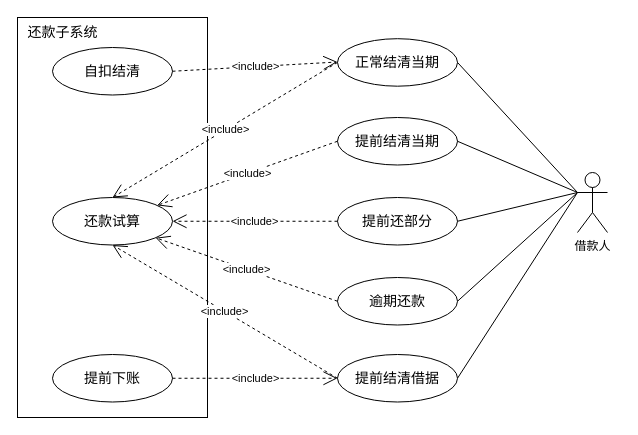
Before: 还款试算用例图.drawio in wuxiao-web/graduationThesis, a draw.io diagram. Source tidied: cells renumbered, new cells numbered last; positions are measured from the earlier drawing's top-left corner, leaving out a move shared by most shapes. Both pictures are drawn from the tidied source at 100%, with x=0, y=0 at pixel (17, 17).
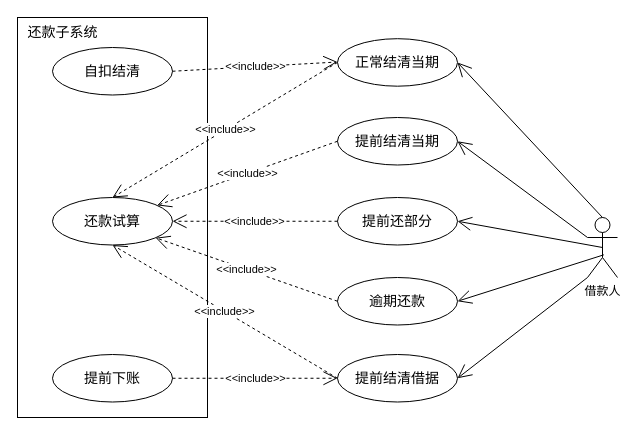
After the change.

Commit message:
更新还款试算用例图.drawio

The change refers to these unchanged cells:
```xml
<mxCell id="7" value="&lt;span style=&quot;font-size: 14px;&quot;&gt;正常结清当期&lt;/span&gt;" style="ellipse;whiteSpace=wrap;html=1;" parent="1" vertex="1">
  <mxGeometry x="320" y="21.2" width="120" height="47.5" as="geometry" />
</mxCell>
<mxCell id="8" value="&lt;span style=&quot;font-size: 14px;&quot;&gt;提前结清当期&lt;/span&gt;" style="ellipse;whiteSpace=wrap;html=1;" parent="1" vertex="1">
  <mxGeometry x="320" y="100" width="120" height="47.5" as="geometry" />
</mxCell>
<mxCell id="9" value="&lt;span style=&quot;font-size: 14px;&quot;&gt;提前还部分&lt;/span&gt;" style="ellipse;whiteSpace=wrap;html=1;" parent="1" vertex="1">
  <mxGeometry x="320" y="180" width="120" height="47.5" as="geometry" />
</mxCell>
<mxCell id="10" value="&lt;span style=&quot;font-size: 14px;&quot;&gt;逾期还款&lt;/span&gt;" style="ellipse;whiteSpace=wrap;html=1;" parent="1" vertex="1">
  <mxGeometry x="320" y="260" width="120" height="47.5" as="geometry" />
</mxCell>
<mxCell id="11" value="&lt;span style=&quot;font-size: 14px;&quot;&gt;提前结清借据&lt;/span&gt;" style="ellipse;whiteSpace=wrap;html=1;" parent="1" vertex="1">
  <mxGeometry x="320" y="337" width="120" height="47.5" as="geometry" />
</mxCell>
<mxCell id="15" value="&lt;span style=&quot;font-size: 14px;&quot;&gt;还款试算&lt;/span&gt;" style="ellipse;whiteSpace=wrap;html=1;" parent="1" vertex="1">
  <mxGeometry x="35" y="180" width="120" height="47.5" as="geometry" />
</mxCell>
<mxCell id="21" value="&lt;span style=&quot;font-size: 14px;&quot;&gt;提前下账&lt;/span&gt;" style="ellipse;whiteSpace=wrap;html=1;" parent="1" vertex="1">
  <mxGeometry x="35" y="337" width="120" height="47.5" as="geometry" />
</mxCell>
<mxCell id="23" value="&lt;span style=&quot;font-size: 14px;&quot;&gt;自扣结清&lt;/span&gt;" style="ellipse;whiteSpace=wrap;html=1;" parent="1" vertex="1">
  <mxGeometry x="35" y="30" width="120" height="47.5" as="geometry" />
</mxCell>
```

Change to the diagram source:
```diff
@@
-    <mxCell id="2" style="rounded=0;jettySize=auto;html=1;entryX=1;entryY=0.5;entryDx=0;entryDy=0;endArrow=none;endFill=0;exitX=0;exitY=0.3333333333333333;exitDx=0;exitDy=0;exitPerimeter=0;" parent="1" edge="1" source="4" target="10">
-      <mxGeometry relative="1" as="geometry" />
-    </mxCell>
-    <mxCell id="3" style="rounded=0;jettySize=auto;html=1;entryX=1;entryY=0.5;entryDx=0;entryDy=0;endArrow=none;endFill=0;exitX=0;exitY=0.3333333333333333;exitDx=0;exitDy=0;exitPerimeter=0;" parent="1" edge="1" source="4" target="11">
-      <mxGeometry relative="1" as="geometry" />
-    </mxCell>
     <mxCell id="4" value="借款人" style="shape=umlActor;verticalLabelPosition=bottom;verticalAlign=top;html=1;" parent="1" vertex="1">
-      <mxGeometry x="560" y="155" width="30" height="60" as="geometry" />
+      <mxGeometry x="570" y="200" width="30" height="60" as="geometry" />
     </mxCell>
@@
-    <mxCell id="12" style="endArrow=none;html=1;rounded=0;exitX=0;exitY=0.3333333333333333;exitDx=0;exitDy=0;exitPerimeter=0;entryX=1;entryY=0.5;entryDx=0;entryDy=0;" parent="1" edge="1" source="4" target="7">
-      <mxGeometry relative="1" as="geometry" />
-    </mxCell>
-    <mxCell id="13" style="endArrow=none;html=1;rounded=0;exitX=0;exitY=0.3333333333333333;exitDx=0;exitDy=0;exitPerimeter=0;entryX=1;entryY=0.5;entryDx=0;entryDy=0;" parent="1" edge="1" source="4" target="8">
-      <mxGeometry relative="1" as="geometry" />
-    </mxCell>
-    <mxCell id="14" style="endArrow=none;html=1;rounded=0;entryX=1;entryY=0.5;entryDx=0;entryDy=0;exitX=0;exitY=0.3333333333333333;exitDx=0;exitDy=0;exitPerimeter=0;" parent="1" edge="1" source="4" target="9">
-      <mxGeometry relative="1" as="geometry" />
-    </mxCell>
@@
-    <mxCell id="16" value="&amp;lt;include&amp;gt;" style="endArrow=open;endSize=12;dashed=1;html=1;rounded=0;entryX=0.5;entryY=0;entryDx=0;entryDy=0;exitX=0;exitY=0.5;exitDx=0;exitDy=0;" parent="1" edge="1" source="7" target="15">
+    <mxCell id="16" value="&amp;lt;&amp;lt;include&amp;gt;&amp;gt;" style="endArrow=open;endSize=12;dashed=1;html=1;rounded=0;entryX=0.5;entryY=0;entryDx=0;entryDy=0;exitX=0;exitY=0.5;exitDx=0;exitDy=0;" parent="1" edge="1" source="7" target="15">
       <mxGeometry relative="1" as="geometry" />
     </mxCell>
-    <mxCell id="17" value="&amp;lt;include&amp;gt;" style="endArrow=open;endSize=12;dashed=1;html=1;rounded=0;exitX=0;exitY=0.5;exitDx=0;exitDy=0;" parent="1" edge="1" source="8" target="15">
+    <mxCell id="17" value="&amp;lt;&amp;lt;include&amp;gt;&amp;gt;" style="endArrow=open;endSize=12;dashed=1;html=1;rounded=0;exitX=0;exitY=0.5;exitDx=0;exitDy=0;" parent="1" edge="1" source="8" target="15">
       <mxGeometry relative="1" as="geometry" />
     </mxCell>
-    <mxCell id="18" value="&amp;lt;include&amp;gt;" style="endArrow=open;endSize=12;dashed=1;html=1;rounded=0;entryX=1;entryY=0.5;entryDx=0;entryDy=0;" parent="1" edge="1" source="9" target="15">
+    <mxCell id="18" value="&amp;lt;&amp;lt;include&amp;gt;&amp;gt;" style="endArrow=open;endSize=12;dashed=1;html=1;rounded=0;entryX=1;entryY=0.5;entryDx=0;entryDy=0;" parent="1" edge="1" source="9" target="15">
       <mxGeometry relative="1" as="geometry" />
     </mxCell>
-    <mxCell id="19" value="&amp;lt;include&amp;gt;" style="endArrow=open;endSize=12;dashed=1;html=1;rounded=0;entryX=1;entryY=1;entryDx=0;entryDy=0;exitX=0;exitY=0.5;exitDx=0;exitDy=0;" parent="1" edge="1" source="10" target="15">
+    <mxCell id="19" value="&amp;lt;&amp;lt;include&amp;gt;&amp;gt;" style="endArrow=open;endSize=12;dashed=1;html=1;rounded=0;entryX=1;entryY=1;entryDx=0;entryDy=0;exitX=0;exitY=0.5;exitDx=0;exitDy=0;" parent="1" edge="1" source="10" target="15">
       <mxGeometry relative="1" as="geometry" />
     </mxCell>
-    <mxCell id="20" value="&amp;lt;include&amp;gt;" style="endArrow=open;endSize=12;dashed=1;html=1;rounded=0;entryX=0.5;entryY=1;entryDx=0;entryDy=0;exitX=0;exitY=0.5;exitDx=0;exitDy=0;" parent="1" edge="1" source="11" target="15">
+    <mxCell id="20" value="&amp;lt;&amp;lt;include&amp;gt;&amp;gt;" style="endArrow=open;endSize=12;dashed=1;html=1;rounded=0;entryX=0.5;entryY=1;entryDx=0;entryDy=0;exitX=0;exitY=0.5;exitDx=0;exitDy=0;" parent="1" edge="1" source="11" target="15">
       <mxGeometry relative="1" as="geometry" />
     </mxCell>
@@
-    <mxCell id="22" value="&amp;lt;include&amp;gt;" style="endArrow=open;endSize=12;dashed=1;html=1;rounded=0;exitX=1;exitY=0.5;exitDx=0;exitDy=0;entryX=0;entryY=0.5;entryDx=0;entryDy=0;" parent="1" edge="1" source="21" target="11">
+    <mxCell id="22" value="&amp;lt;&amp;lt;include&amp;gt;&amp;gt;" style="endArrow=open;endSize=12;dashed=1;html=1;rounded=0;exitX=1;exitY=0.5;exitDx=0;exitDy=0;entryX=0;entryY=0.5;entryDx=0;entryDy=0;" parent="1" edge="1" source="21" target="11">
       <mxGeometry relative="1" as="geometry" />
     </mxCell>
@@
-    <mxCell id="24" value="&amp;lt;include&amp;gt;" style="endArrow=open;endSize=12;dashed=1;html=1;rounded=0;entryX=0;entryY=0.5;entryDx=0;entryDy=0;exitX=1;exitY=0.5;exitDx=0;exitDy=0;" parent="1" edge="1" source="23">
+    <mxCell id="24" value="&amp;lt;&amp;lt;include&amp;gt;&amp;gt;" style="endArrow=open;endSize=12;dashed=1;html=1;rounded=0;entryX=0;entryY=0.5;entryDx=0;entryDy=0;exitX=1;exitY=0.5;exitDx=0;exitDy=0;" parent="1" edge="1" source="23">
       <mxGeometry relative="1" as="geometry">
         <mxPoint x="320" y="44.5" as="targetPoint" />
       </mxGeometry>
     </mxCell>
+    <mxCell id="12" style="endArrow=open;endSize=12;html=1;rounded=0;exitX=0.5;exitY=0;exitDx=0;exitDy=0;exitPerimeter=0;entryX=1;entryY=0.5;entryDx=0;entryDy=0;" parent="1" edge="1" source="4" target="7">
+      <mxGeometry relative="1" as="geometry" />
+    </mxCell>
+    <mxCell id="13" style="endArrow=open;endSize=12;html=1;rounded=0;exitX=0;exitY=0.3333333333333333;exitDx=0;exitDy=0;exitPerimeter=0;entryX=1;entryY=0.5;entryDx=0;entryDy=0;" parent="1" edge="1" source="4" target="8">
+      <mxGeometry relative="1" as="geometry" />
+    </mxCell>
+    <mxCell id="14" style="endArrow=open;endSize=12;html=1;rounded=0;exitX=0.5;exitY=0.5;exitDx=0;exitDy=0;exitPerimeter=0;entryX=1;entryY=0.5;entryDx=0;entryDy=0;" parent="1" edge="1" source="4" target="9">
+      <mxGeometry relative="1" as="geometry" />
+    </mxCell>
+    <mxCell id="2" style="endArrow=open;endSize=12;html=1;rounded=0;exitX=0.544;exitY=0.622;exitDx=0;exitDy=0;exitPerimeter=0;entryX=1;entryY=0.5;entryDx=0;entryDy=0;" parent="1" edge="1" source="4" target="10">
+      <mxGeometry relative="1" as="geometry" />
+    </mxCell>
+    <mxCell id="3" style="endArrow=open;endSize=12;html=1;rounded=0;exitX=0;exitY=1;exitDx=0;exitDy=0;exitPerimeter=0;entryX=1;entryY=0.5;entryDx=0;entryDy=0;" parent="1" edge="1" source="4" target="11">
+      <mxGeometry relative="1" as="geometry" />
+    </mxCell>
```
